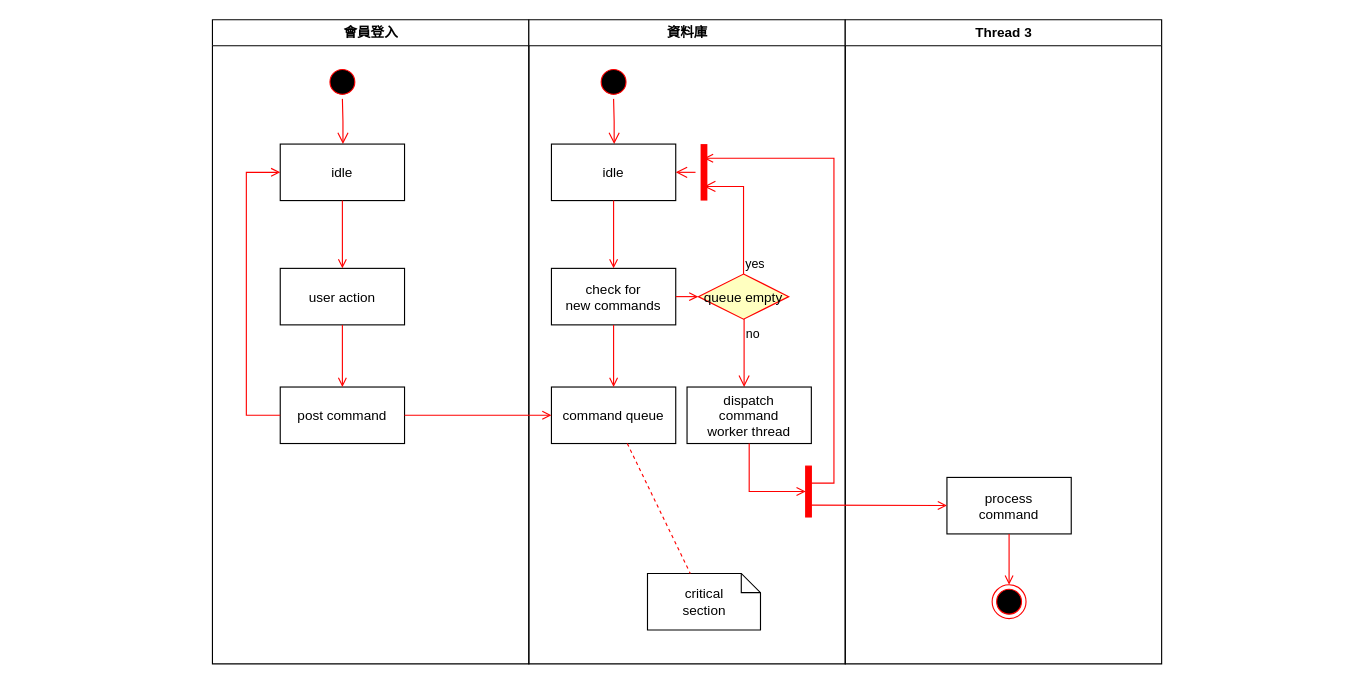
Above: 會員登入.drawio in 4gold/github-slideshow (draw.io), before the change. Source tidied: cells renumbered, new cells numbered last; positions are measured from the earlier drawing's top-left corner, leaving out a move shared by most shapes. Both pictures are drawn from the tidied source at 113%, with x=0, y=0 at pixel (211, 19).
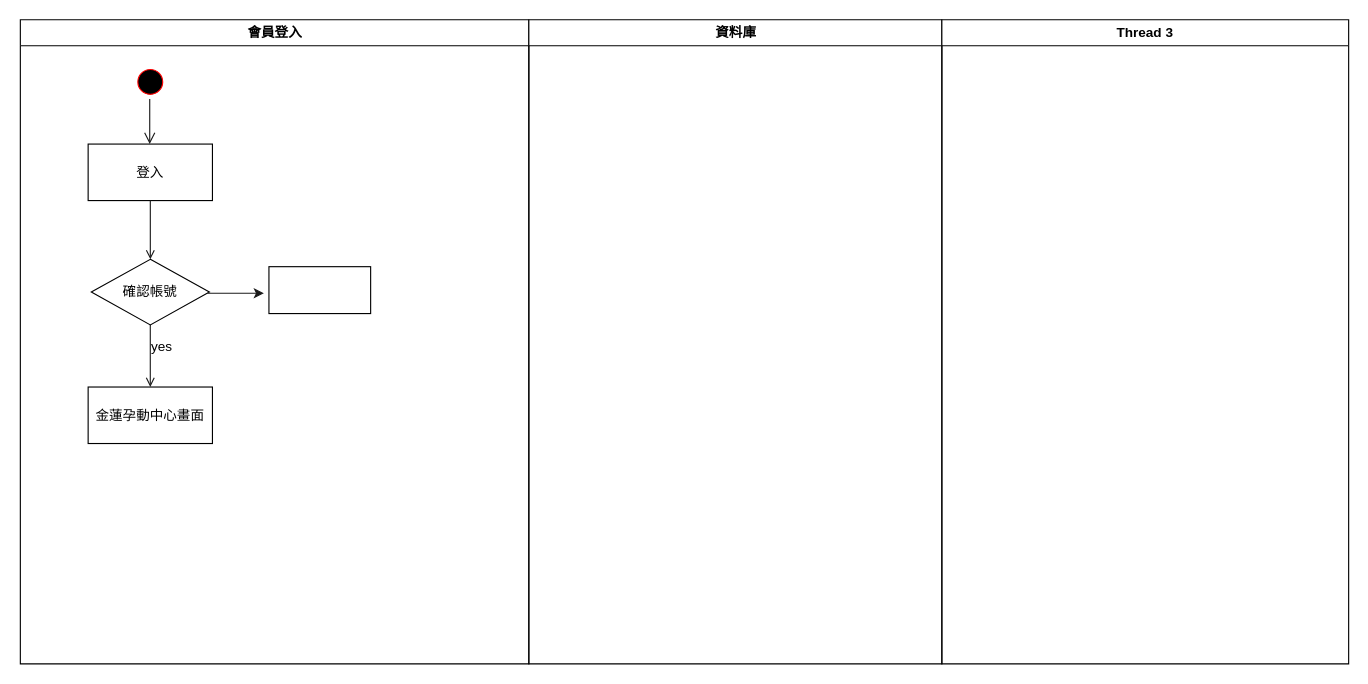
The same diagram, later.

The change refers to these unchanged cells:
```xml
<mxCell id="3" style="ellipse;shape=startState;fillColor=#000000;strokeColor=#ff0000;" parent="2" vertex="1">
  <mxGeometry x="100" y="40" width="30" height="30" as="geometry" />
</mxCell>
```

The edit, as a diff of the source:
```diff
@@
     <mxCell id="2" value="會員登入" style="swimlane;whiteSpace=wrap;" parent="1" vertex="1">
-      <mxGeometry x="0.5" width="280" height="570" as="geometry" />
+      <mxGeometry x="-169.5" width="450" height="570" as="geometry" />
     </mxCell>
@@
-    <mxCell id="4" style="edgeStyle=elbowEdgeStyle;elbow=horizontal;verticalAlign=bottom;endArrow=open;endSize=8;strokeColor=#FF0000;endFill=1;rounded=0;" parent="2" edge="1" source="3" target="5">
-      <mxGeometry x="100" y="40" as="geometry" />
-    </mxCell>
-    <mxCell id="5" value="idle" parent="2" vertex="1">
+    <mxCell id="5" value="登入" parent="2" vertex="1">
       <mxGeometry x="60" y="110" width="110" height="50" as="geometry" />
     </mxCell>
-    <mxCell id="6" value="user action" parent="2" vertex="1">
-      <mxGeometry x="60" y="220" width="110" height="50" as="geometry" />
-    </mxCell>
-    <mxCell id="7" style="endArrow=open;strokeColor=#FF0000;endFill=1;rounded=0;" parent="2" edge="1" source="5" target="6">
+    <mxCell id="7" style="endArrow=open;endFill=1;rounded=0;entryX=0.5;entryY=0;entryDx=0;entryDy=0;strokeColor=#1A1A1A;" parent="2" edge="1" source="5" target="37">
       <mxGeometry relative="1" as="geometry" />
     </mxCell>
-    <mxCell id="8" value="post command" parent="2" vertex="1">
+    <mxCell id="8" value="金蓮孕動中心畫面" parent="2" vertex="1">
       <mxGeometry x="60" y="325" width="110" height="50" as="geometry" />
     </mxCell>
-    <mxCell id="9" style="endArrow=open;strokeColor=#FF0000;endFill=1;rounded=0;" parent="2" edge="1" source="6" target="8">
-      <mxGeometry relative="1" as="geometry" />
+    <mxCell id="9" style="endArrow=open;endFill=1;rounded=0;strokeColor=#1A1A1A;" parent="2" edge="1" target="8">
+      <mxGeometry relative="1" as="geometry">
+        <mxPoint x="115" y="270" as="sourcePoint" />
+      </mxGeometry>
     </mxCell>
-    <mxCell id="10" style="edgeStyle=elbowEdgeStyle;elbow=horizontal;strokeColor=#FF0000;endArrow=open;endFill=1;rounded=0;" parent="2" edge="1" source="8" target="5">
-      <mxGeometry relative="1" as="geometry">
-        <Array as="points">
-          <mxPoint x="30" y="250" />
-        </Array>
-      </mxGeometry>
-    </mxCell>
+    <mxCell id="37" value="確認帳號" style="rhombus;whiteSpace=wrap;html=1;" parent="2" vertex="1">
+      <mxGeometry x="62.8" y="212" width="104.5" height="58" as="geometry" />
+    </mxCell>
+    <mxCell id="15" parent="2" vertex="1">
+      <mxGeometry x="220" y="218.5" width="90" height="41.5" as="geometry" />
+    </mxCell>
+    <mxCell id="20" value="yes" style="text;html=1;strokeColor=none;fillColor=none;align=center;verticalAlign=middle;whiteSpace=wrap;rounded=0;" parent="2" vertex="1">
+      <mxGeometry x="105.5" y="280" width="40" height="20" as="geometry" />
+    </mxCell>
+    <mxCell id="38" style="edgeStyle=elbowEdgeStyle;elbow=horizontal;verticalAlign=bottom;endArrow=open;endSize=8;endFill=1;rounded=0;strokeColor=#1A1A1A;" parent="2" edge="1">
+      <mxGeometry x="105" y="-88" as="geometry">
+        <mxPoint x="114.5" y="70" as="sourcePoint" />
+        <mxPoint x="115" y="110" as="targetPoint" />
+      </mxGeometry>
+    </mxCell>
     <mxCell id="11" value="資料庫" style="swimlane;whiteSpace=wrap;" parent="1" vertex="1">
-      <mxGeometry x="280.5" width="280" height="570" as="geometry" />
+      <mxGeometry x="280.5" width="365.5" height="570" as="geometry" />
     </mxCell>
-    <mxCell id="12" style="ellipse;shape=startState;fillColor=#000000;strokeColor=#ff0000;" parent="11" vertex="1">
-      <mxGeometry x="60" y="40" width="30" height="30" as="geometry" />
-    </mxCell>
-    <mxCell id="13" style="edgeStyle=elbowEdgeStyle;elbow=horizontal;verticalAlign=bottom;endArrow=open;endSize=8;strokeColor=#FF0000;endFill=1;rounded=0;" parent="11" edge="1" source="12" target="14">
-      <mxGeometry x="40" y="20" as="geometry" />
-    </mxCell>
-    <mxCell id="14" value="idle" parent="11" vertex="1">
-      <mxGeometry x="20" y="110" width="110" height="50" as="geometry" />
-    </mxCell>
-    <mxCell id="15" value="check for &#10;new commands" parent="11" vertex="1">
-      <mxGeometry x="20" y="220" width="110" height="50" as="geometry" />
-    </mxCell>
-    <mxCell id="16" style="endArrow=open;strokeColor=#FF0000;endFill=1;rounded=0;" parent="11" edge="1" source="14" target="15">
-      <mxGeometry relative="1" as="geometry" />
-    </mxCell>
-    <mxCell id="17" value="command queue" parent="11" vertex="1">
-      <mxGeometry x="20" y="325" width="110" height="50" as="geometry" />
-    </mxCell>
-    <mxCell id="18" style="endArrow=open;strokeColor=#FF0000;endFill=1;rounded=0;" parent="11" edge="1" source="15" target="17">
-      <mxGeometry relative="1" as="geometry" />
-    </mxCell>
-    <mxCell id="19" value="queue empty" style="rhombus;fillColor=#ffffc0;strokeColor=#ff0000;" parent="11" vertex="1">
-      <mxGeometry x="150" y="225" width="80" height="40" as="geometry" />
-    </mxCell>
-    <mxCell id="20" value="yes" style="edgeStyle=elbowEdgeStyle;elbow=horizontal;align=left;verticalAlign=bottom;endArrow=open;endSize=8;strokeColor=#FF0000;exitX=0.5;exitY=0;endFill=1;rounded=0;entryX=0.75;entryY=0.5;entryPerimeter=0;" parent="11" edge="1" source="19" target="23">
-      <mxGeometry x="-1" relative="1" as="geometry">
-        <Array as="points">
-          <mxPoint x="190" y="180" />
-        </Array>
-      </mxGeometry>
-    </mxCell>
-    <mxCell id="21" value="no" style="edgeStyle=elbowEdgeStyle;elbow=horizontal;align=left;verticalAlign=top;endArrow=open;endSize=8;strokeColor=#FF0000;endFill=1;rounded=0;" parent="11" edge="1" source="19" target="25">
-      <mxGeometry x="-1" relative="1" as="geometry" />
-    </mxCell>
-    <mxCell id="22" style="endArrow=open;strokeColor=#FF0000;endFill=1;rounded=0;" parent="11" edge="1" source="15" target="19">
-      <mxGeometry relative="1" as="geometry" />
-    </mxCell>
-    <mxCell id="23" style="shape=line;strokeWidth=6;strokeColor=#ff0000;rotation=90;" parent="11" vertex="1">
-      <mxGeometry x="130" y="127.5" width="50" height="15" as="geometry" />
-    </mxCell>
-    <mxCell id="24" style="edgeStyle=elbowEdgeStyle;elbow=horizontal;verticalAlign=bottom;endArrow=open;endSize=8;strokeColor=#FF0000;endFill=1;rounded=0;" parent="11" edge="1" source="23" target="14">
-      <mxGeometry x="130" y="90" as="geometry" />
-    </mxCell>
-    <mxCell id="25" value="dispatch&#10;command&#10;worker thread" parent="11" vertex="1">
-      <mxGeometry x="140" y="325" width="110" height="50" as="geometry" />
-    </mxCell>
-    <mxCell id="26" value="critical&#10;section" style="shape=note;whiteSpace=wrap;size=17;" parent="11" vertex="1">
-      <mxGeometry x="105" y="490" width="100" height="50" as="geometry" />
-    </mxCell>
-    <mxCell id="27" style="endArrow=none;strokeColor=#FF0000;endFill=0;rounded=0;dashed=1;" parent="11" edge="1" source="17" target="26">
-      <mxGeometry relative="1" as="geometry" />
-    </mxCell>
-    <mxCell id="28" style="whiteSpace=wrap;strokeColor=#FF0000;fillColor=#FF0000;" parent="11" vertex="1">
-      <mxGeometry x="245" y="395" width="5" height="45" as="geometry" />
-    </mxCell>
-    <mxCell id="29" style="edgeStyle=elbowEdgeStyle;elbow=horizontal;entryX=0;entryY=0.5;strokeColor=#FF0000;endArrow=open;endFill=1;rounded=0;" parent="11" edge="1" source="25" target="28">
-      <mxGeometry relative="1" as="geometry">
-        <Array as="points">
-          <mxPoint x="195" y="400" />
-        </Array>
-      </mxGeometry>
-    </mxCell>
     <mxCell id="30" value="Thread 3" style="swimlane;whiteSpace=wrap;" parent="1" vertex="1">
-      <mxGeometry x="560.5" width="280" height="570" as="geometry" />
+      <mxGeometry x="646" width="360" height="570" as="geometry" />
     </mxCell>
-    <mxCell id="31" value="process&#10;command" parent="30" vertex="1">
-      <mxGeometry x="90" y="405" width="110" height="50" as="geometry" />
-    </mxCell>
-    <mxCell id="32" style="edgeStyle=elbowEdgeStyle;elbow=horizontal;strokeColor=#FF0000;endArrow=open;endFill=1;rounded=0;entryX=0.25;entryY=0.5;entryPerimeter=0;" parent="30" edge="1" target="23">
-      <mxGeometry relative="1" as="geometry">
-        <mxPoint x="-30" y="410" as="sourcePoint" />
-        <Array as="points">
-          <mxPoint x="-10" y="135" />
-        </Array>
-      </mxGeometry>
-    </mxCell>
-    <mxCell id="33" style="edgeStyle=none;strokeColor=#FF0000;endArrow=open;endFill=1;rounded=0;" parent="30" edge="1" target="31">
-      <mxGeometry relative="1" as="geometry">
-        <mxPoint x="-30" y="429.5" as="sourcePoint" />
-      </mxGeometry>
-    </mxCell>
-    <mxCell id="34" style="ellipse;shape=endState;fillColor=#000000;strokeColor=#ff0000;" parent="30" vertex="1">
-      <mxGeometry x="130" y="500" width="30" height="30" as="geometry" />
-    </mxCell>
-    <mxCell id="35" style="endArrow=open;strokeColor=#FF0000;endFill=1;rounded=0;" parent="30" edge="1" source="31" target="34">
-      <mxGeometry relative="1" as="geometry" />
-    </mxCell>
-    <mxCell id="36" style="endArrow=open;strokeColor=#FF0000;endFill=1;rounded=0;" parent="1" edge="1" source="8" target="17">
-      <mxGeometry relative="1" as="geometry" />
-    </mxCell>
+    <mxCell id="39" style="endArrow=classic;html=1;strokeColor=#1A1A1A;" parent="1" edge="1">
+      <mxGeometry relative="1" as="geometry">
+        <mxPoint x="-4" y="242" as="sourcePoint" />
+        <mxPoint x="46" y="242" as="targetPoint" />
+      </mxGeometry>
+    </mxCell>
```
